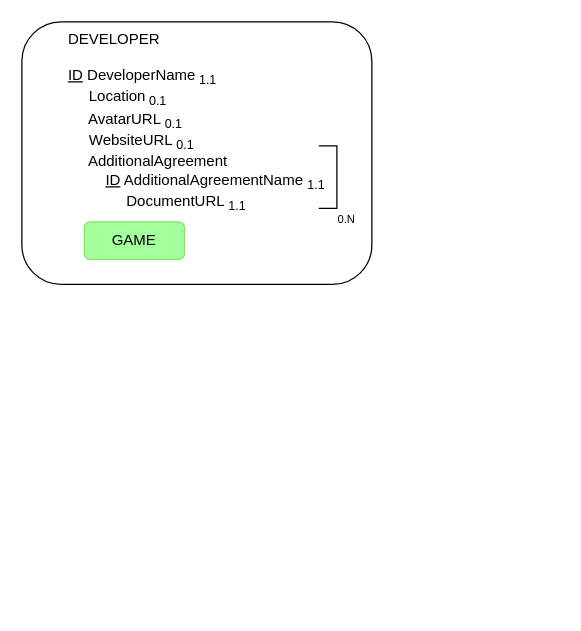
darleet/iu9-db keeps this draw.io diagram as lab2.drawio. Above is the earlier version. Source tidied: cells renumbered, new cells numbered last; positions are measured from the earlier drawing's top-left corner, leaving out a move shared by most shapes. Both pictures are drawn from the tidied source at 125%, with x=0, y=0 at pixel (21, 21).
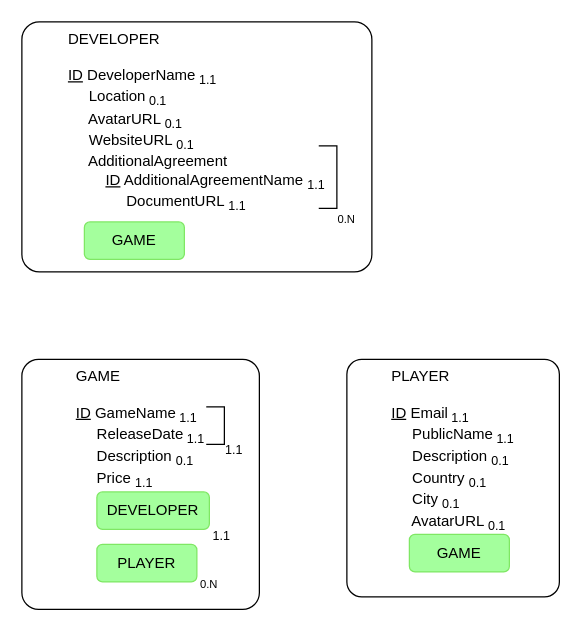
Above is the later version.

What changed in the source:
```diff
@@
 <mxGraphModel>
   <root>
     <mxCell id="0" />
     <mxCell id="1" parent="0" />
-    <mxCell id="2" style="group;" parent="1" vertex="1">
-      <mxGeometry width="290" height="280" as="geometry" />
+    <mxCell id="2" style="group;rounded=0;" parent="1" vertex="1">
+      <mxGeometry width="280" height="200" as="geometry" />
     </mxCell>
-    <mxCell id="3" value="&lt;div align=&quot;left&quot;&gt;DEVELOPER&lt;/div&gt;&lt;div align=&quot;left&quot;&gt;&lt;br&gt;&lt;/div&gt;&lt;div align=&quot;left&quot;&gt;&lt;u&gt;ID&lt;/u&gt; DeveloperName&lt;sub&gt; 1.1&lt;/sub&gt;&lt;/div&gt;&lt;div align=&quot;left&quot;&gt;&amp;nbsp;&amp;nbsp;&amp;nbsp;&amp;nbsp; Location&lt;sub&gt; 0.1&lt;/sub&gt;&lt;/div&gt;&lt;div align=&quot;left&quot;&gt;&amp;nbsp;&amp;nbsp;&amp;nbsp;&amp;nbsp; AvatarURL &lt;sub&gt;0.1&lt;/sub&gt;&lt;/div&gt;&lt;div align=&quot;left&quot;&gt;&amp;nbsp;&amp;nbsp;&amp;nbsp;&amp;nbsp; WebsiteURL &lt;sub&gt;0.1&lt;/sub&gt;&lt;/div&gt;&lt;div align=&quot;left&quot;&gt;&amp;nbsp;&amp;nbsp;&amp;nbsp;&amp;nbsp; AdditionalAgreement&lt;/div&gt;&lt;div align=&quot;left&quot;&gt;&amp;nbsp;&amp;nbsp;&amp;nbsp;&amp;nbsp;&amp;nbsp;&amp;nbsp;&amp;nbsp;&amp;nbsp; &lt;u&gt;ID&lt;/u&gt; AdditionalAgreementName &lt;sub&gt;1.1&lt;/sub&gt;&lt;/div&gt;&lt;div align=&quot;left&quot;&gt;&amp;nbsp;&amp;nbsp;&amp;nbsp;&amp;nbsp;&amp;nbsp;&amp;nbsp;&amp;nbsp;&amp;nbsp;&amp;nbsp;&amp;nbsp;&amp;nbsp;&amp;nbsp;&amp;nbsp; DocumentURL &lt;sub&gt;1.1&lt;/sub&gt;&lt;br&gt;&lt;/div&gt;" style="rounded=1;whiteSpace=wrap;html=1;imageVerticalAlign=top;verticalAlign=top;" parent="2" vertex="1">
-      <mxGeometry width="280" height="210" as="geometry" />
+    <mxCell id="3" value="&lt;div align=&quot;left&quot;&gt;DEVELOPER&lt;/div&gt;&lt;div align=&quot;left&quot;&gt;&lt;br&gt;&lt;/div&gt;&lt;div align=&quot;left&quot;&gt;&lt;u&gt;ID&lt;/u&gt; DeveloperName&lt;sub&gt; 1.1&lt;/sub&gt;&lt;/div&gt;&lt;div align=&quot;left&quot;&gt;&amp;nbsp;&amp;nbsp;&amp;nbsp;&amp;nbsp; Location&lt;sub&gt; 0.1&lt;/sub&gt;&lt;/div&gt;&lt;div align=&quot;left&quot;&gt;&amp;nbsp;&amp;nbsp;&amp;nbsp;&amp;nbsp; AvatarURL &lt;sub&gt;0.1&lt;/sub&gt;&lt;/div&gt;&lt;div align=&quot;left&quot;&gt;&amp;nbsp;&amp;nbsp;&amp;nbsp;&amp;nbsp; WebsiteURL &lt;sub&gt;0.1&lt;/sub&gt;&lt;/div&gt;&lt;div align=&quot;left&quot;&gt;&amp;nbsp;&amp;nbsp;&amp;nbsp;&amp;nbsp; AdditionalAgreement&lt;/div&gt;&lt;div align=&quot;left&quot;&gt;&amp;nbsp;&amp;nbsp;&amp;nbsp;&amp;nbsp;&amp;nbsp;&amp;nbsp;&amp;nbsp;&amp;nbsp; &lt;u&gt;ID&lt;/u&gt; AdditionalAgreementName &lt;sub&gt;1.1&lt;/sub&gt;&lt;/div&gt;&lt;div align=&quot;left&quot;&gt;&amp;nbsp;&amp;nbsp;&amp;nbsp;&amp;nbsp;&amp;nbsp;&amp;nbsp;&amp;nbsp;&amp;nbsp;&amp;nbsp;&amp;nbsp;&amp;nbsp;&amp;nbsp;&amp;nbsp; DocumentURL &lt;sub&gt;1.1&lt;/sub&gt;&lt;br&gt;&lt;/div&gt;" style="rounded=1;whiteSpace=wrap;html=1;imageVerticalAlign=top;verticalAlign=top;arcSize=7;" parent="2" vertex="1">
+      <mxGeometry width="280" height="200" as="geometry" />
     </mxCell>
     <mxCell id="4" style="shape=partialRectangle;whiteSpace=wrap;html=1;bottom=1;right=1;left=1;top=0;fillColor=none;routingCenterX=-0.5;rotation=-90;" parent="2" vertex="1">
       <mxGeometry x="220" y="117.2" width="50" height="14" as="geometry" />
     </mxCell>
     <mxCell id="5" value="&lt;font style=&quot;font-size: 9px;&quot;&gt;0.N&lt;/font&gt;" style="text;html=1;align=center;verticalAlign=middle;whiteSpace=wrap;rounded=0;" parent="2" vertex="1">
       <mxGeometry x="230" y="136" width="60" height="42" as="geometry" />
     </mxCell>
     <mxCell id="6" value="GAME" style="rounded=1;whiteSpace=wrap;html=1;labelBackgroundColor=#a4ff9d;fillColor=#A4FF9D;strokeColor=#7fe764;" parent="2" vertex="1">
       <mxGeometry x="50" y="160" width="80" height="30" as="geometry" />
     </mxCell>
+    <mxCell id="7" style="group;rounded=0;" parent="1" vertex="1">
+      <mxGeometry y="270" width="280" height="200" as="geometry" />
+    </mxCell>
+    <mxCell id="8" value="&lt;div align=&quot;left&quot;&gt;GAME&lt;/div&gt;&lt;div align=&quot;left&quot;&gt;&lt;br&gt;&lt;/div&gt;&lt;div align=&quot;left&quot;&gt;&lt;u&gt;ID&lt;/u&gt; GameName&lt;sub&gt; 1.1&lt;/sub&gt;&lt;/div&gt;&lt;div align=&quot;left&quot;&gt;&amp;nbsp;&amp;nbsp;&amp;nbsp;&amp;nbsp; ReleaseDate&lt;sub&gt; 1.1&lt;/sub&gt;&lt;/div&gt;&lt;div align=&quot;left&quot;&gt;&amp;nbsp;&amp;nbsp;&amp;nbsp;&amp;nbsp; Description &lt;sub&gt;0.1&lt;/sub&gt;&lt;/div&gt;&lt;div align=&quot;left&quot;&gt;&amp;nbsp;&amp;nbsp;&amp;nbsp;&amp;nbsp; Price &lt;sub&gt;1.1&lt;/sub&gt;&lt;/div&gt;" style="rounded=1;whiteSpace=wrap;html=1;imageVerticalAlign=top;verticalAlign=top;arcSize=7;" parent="7" vertex="1">
+      <mxGeometry width="190" height="200" as="geometry" />
+    </mxCell>
+    <mxCell id="9" value="PLAYER" style="rounded=1;whiteSpace=wrap;html=1;labelBackgroundColor=#a4ff9d;fillColor=#A4FF9D;strokeColor=#7fe764;" parent="7" vertex="1">
+      <mxGeometry x="60" y="148" width="80" height="30" as="geometry" />
+    </mxCell>
+    <mxCell id="10" style="shape=partialRectangle;whiteSpace=wrap;html=1;bottom=1;right=1;left=1;top=0;fillColor=none;routingCenterX=-0.5;rotation=-90;" parent="7" vertex="1">
+      <mxGeometry x="140" y="46" width="30" height="14" as="geometry" />
+    </mxCell>
+    <mxCell id="11" value="&lt;font style=&quot;font-size: 10px;&quot;&gt;1.1&lt;/font&gt;" style="text;html=1;align=center;verticalAlign=middle;whiteSpace=wrap;rounded=0;" parent="7" vertex="1">
+      <mxGeometry x="140" y="51" width="60" height="42" as="geometry" />
+    </mxCell>
+    <mxCell id="12" value="DEVELOPER" style="rounded=1;whiteSpace=wrap;html=1;labelBackgroundColor=#a4ff9d;fillColor=#A4FF9D;strokeColor=#7fe764;" parent="7" vertex="1">
+      <mxGeometry x="60" y="106" width="90" height="30" as="geometry" />
+    </mxCell>
+    <mxCell id="13" value="&lt;font style=&quot;font-size: 10px;&quot;&gt;1.1&lt;/font&gt;" style="text;html=1;align=center;verticalAlign=middle;whiteSpace=wrap;rounded=0;" parent="7" vertex="1">
+      <mxGeometry x="130" y="120" width="60" height="42" as="geometry" />
+    </mxCell>
+    <mxCell id="14" value="&lt;font style=&quot;font-size: 9px;&quot;&gt;0.N&lt;/font&gt;" style="text;html=1;align=center;verticalAlign=middle;whiteSpace=wrap;rounded=0;" parent="7" vertex="1">
+      <mxGeometry x="120" y="158" width="60" height="42" as="geometry" />
+    </mxCell>
+    <mxCell id="15" style="group;rounded=0;" parent="1" vertex="1">
+      <mxGeometry x="260" y="270" width="170" height="200" as="geometry" />
+    </mxCell>
+    <mxCell id="16" value="&lt;div align=&quot;left&quot;&gt;PLAYER&lt;/div&gt;&lt;div align=&quot;left&quot;&gt;&lt;br&gt;&lt;/div&gt;&lt;div align=&quot;left&quot;&gt;&lt;u&gt;ID&lt;/u&gt; Email&lt;sub&gt; 1.1&lt;/sub&gt;&lt;/div&gt;&lt;div align=&quot;left&quot;&gt;&amp;nbsp;&amp;nbsp;&amp;nbsp;&amp;nbsp; PublicName&lt;sub&gt; 1.1&lt;/sub&gt;&lt;/div&gt;&lt;div align=&quot;left&quot;&gt;&amp;nbsp;&amp;nbsp;&amp;nbsp;&amp;nbsp; Description &lt;sub&gt;0.1&lt;/sub&gt;&lt;/div&gt;&lt;div align=&quot;left&quot;&gt;&amp;nbsp;&amp;nbsp;&amp;nbsp;&amp;nbsp; Country &lt;sub&gt;0.1&lt;/sub&gt;&lt;/div&gt;&lt;div align=&quot;left&quot;&gt;&amp;nbsp;&amp;nbsp;&amp;nbsp;&amp;nbsp; City &lt;sub&gt;0.1&lt;/sub&gt;&lt;/div&gt;&lt;div align=&quot;left&quot;&gt;&amp;nbsp;&amp;nbsp;&amp;nbsp;&amp;nbsp; AvatarURL &lt;sub&gt;0.1&lt;/sub&gt;&lt;/div&gt;" style="rounded=1;whiteSpace=wrap;html=1;imageVerticalAlign=top;verticalAlign=top;arcSize=7;" parent="15" vertex="1">
+      <mxGeometry width="170" height="190" as="geometry" />
+    </mxCell>
+    <mxCell id="17" value="GAME" style="rounded=1;whiteSpace=wrap;html=1;labelBackgroundColor=#a4ff9d;fillColor=#A4FF9D;strokeColor=#7fe764;" parent="15" vertex="1">
+      <mxGeometry x="50" y="140" width="80" height="30" as="geometry" />
+    </mxCell>
   </root>
 </mxGraphModel>
```
